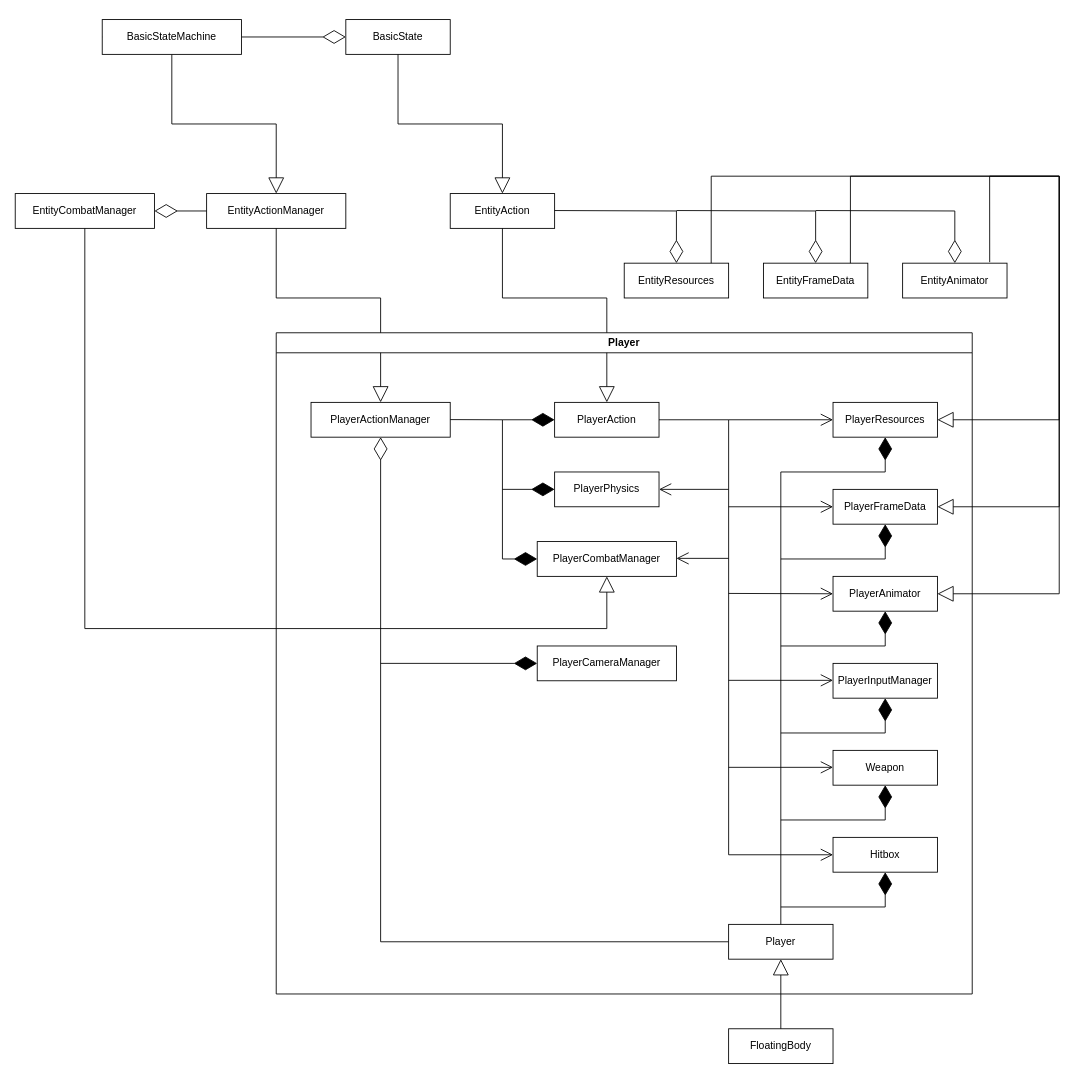
Above: ClassHierarchy.drawio in Divine-Comedy-Studios/Project-Polearm (draw.io), before the change. Source tidied: cells renumbered, new cells numbered last; positions are measured from the earlier drawing's top-left corner, leaving out a move shared by most shapes. Both pictures are drawn from the tidied source at 87%, with x=0, y=0 at pixel (15, 19).
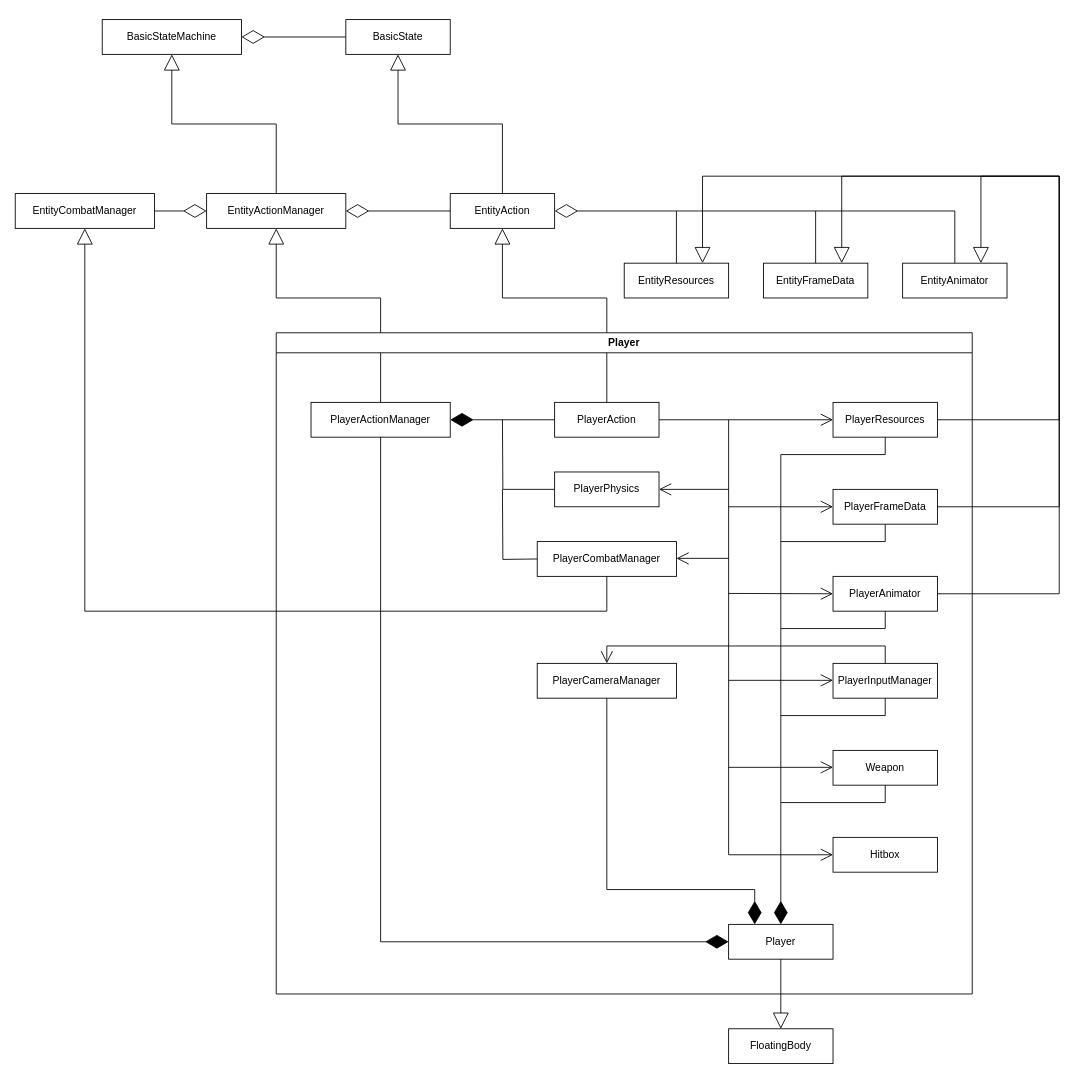
Above is the later version.

Commit message (it also covers changes not shown here):
Fix class hierarchy

The change refers to these unchanged cells:
```xml
<mxCell id="5" value="BasicStateMachine" style="html=1;whiteSpace=wrap;" parent="1" vertex="1">
  <mxGeometry x="100" width="160" height="40" as="geometry" />
</mxCell>
<mxCell id="6" value="BasicState" style="html=1;whiteSpace=wrap;" parent="1" vertex="1">
  <mxGeometry x="380" width="120" height="40" as="geometry" />
</mxCell>
<mxCell id="7" value="EntityActionManager" style="html=1;whiteSpace=wrap;" parent="1" vertex="1">
  <mxGeometry x="220" y="200" width="160" height="40" as="geometry" />
</mxCell>
<mxCell id="9" value="EntityAction" style="html=1;whiteSpace=wrap;" parent="1" vertex="1">
  <mxGeometry x="500" y="200" width="120" height="40" as="geometry" />
</mxCell>
<mxCell id="11" value="PlayerActionManager" style="html=1;whiteSpace=wrap;" parent="1" vertex="1">
  <mxGeometry x="340" y="440" width="160" height="40" as="geometry" />
</mxCell>
<mxCell id="13" value="Player" style="swimlane;whiteSpace=wrap;html=1;" parent="1" vertex="1">
  <mxGeometry x="300" y="360" width="800" height="760" as="geometry" />
</mxCell>
<mxCell id="15" value="PlayerCombatManager" style="html=1;whiteSpace=wrap;" parent="13" vertex="1">
  <mxGeometry x="300" y="240" width="160" height="40" as="geometry" />
</mxCell>
<mxCell id="16" value="PlayerAnimator" style="html=1;whiteSpace=wrap;" parent="13" vertex="1">
  <mxGeometry x="640" y="280" width="120" height="40" as="geometry" />
</mxCell>
<mxCell id="18" value="PlayerFrameData" style="html=1;whiteSpace=wrap;" parent="13" vertex="1">
  <mxGeometry x="640" y="180" width="120" height="40" as="geometry" />
</mxCell>
<mxCell id="19" value="PlayerInputManager" style="html=1;whiteSpace=wrap;" parent="13" vertex="1">
  <mxGeometry x="640" y="380" width="120" height="40" as="geometry" />
</mxCell>
<mxCell id="21" value="PlayerAction" style="html=1;whiteSpace=wrap;" parent="13" vertex="1">
  <mxGeometry x="320" y="80" width="120" height="40" as="geometry" />
</mxCell>
<mxCell id="23" value="PlayerResources" style="html=1;whiteSpace=wrap;" parent="13" vertex="1">
  <mxGeometry x="640" y="80" width="120" height="40" as="geometry" />
</mxCell>
<mxCell id="26" value="PlayerPhysics" style="html=1;whiteSpace=wrap;" parent="13" vertex="1">
  <mxGeometry x="320" y="160" width="120" height="40" as="geometry" />
</mxCell>
<mxCell id="32" value="Weapon" style="html=1;whiteSpace=wrap;" parent="13" vertex="1">
  <mxGeometry x="640" y="480" width="120" height="40" as="geometry" />
</mxCell>
<mxCell id="38" value="EntityCombatManager" style="html=1;whiteSpace=wrap;" parent="1" vertex="1">
  <mxGeometry y="200" width="160" height="40" as="geometry" />
</mxCell>
<mxCell id="39" value="EntityAnimator" style="html=1;whiteSpace=wrap;" parent="1" vertex="1">
  <mxGeometry x="1020" y="280" width="120" height="40" as="geometry" />
</mxCell>
<mxCell id="40" value="EntityFrameData" style="html=1;whiteSpace=wrap;" parent="1" vertex="1">
  <mxGeometry x="860" y="280" width="120" height="40" as="geometry" />
</mxCell>
<mxCell id="41" value="EntityResources" style="html=1;whiteSpace=wrap;" parent="1" vertex="1">
  <mxGeometry x="700" y="280" width="120" height="40" as="geometry" />
</mxCell>
<mxCell id="52" value="FloatingBody" style="html=1;whiteSpace=wrap;" parent="1" vertex="1">
  <mxGeometry x="820" y="1160" width="120" height="40" as="geometry" />
</mxCell>
<mxCell id="53" value="Player" style="html=1;whiteSpace=wrap;" parent="1" vertex="1">
  <mxGeometry x="820" y="1040" width="120" height="40" as="geometry" />
</mxCell>
<mxCell id="55" value="Hitbox" style="html=1;whiteSpace=wrap;" parent="1" vertex="1">
  <mxGeometry x="940" y="940" width="120" height="40" as="geometry" />
</mxCell>
```

Diff of the diagram source:
```diff
@@
-    <mxCell id="2" style="endArrow=block;endSize=16;endFill=0;html=1;rounded=0;entryX=0.5;entryY=0;entryDx=0;entryDy=0;exitX=0.5;exitY=1;exitDx=0;exitDy=0;" parent="1" edge="1" source="5" target="7">
+    <mxCell id="2" style="endArrow=block;endSize=16;endFill=0;html=1;rounded=0;entryX=0.5;entryY=1;entryDx=0;entryDy=0;exitX=0.5;exitY=0;exitDx=0;exitDy=0;" parent="1" edge="1" source="7" target="5">
       <mxGeometry relative="1" as="geometry">
         <Array as="points">
+          <mxPoint x="300" y="120" />
           <mxPoint x="180" y="120" />
-          <mxPoint x="300" y="120" />
         </Array>
       </mxGeometry>
     </mxCell>
-    <mxCell id="3" style="endArrow=diamondThin;endFill=0;endSize=24;html=1;rounded=0;entryX=0;entryY=0.5;entryDx=0;entryDy=0;exitX=1;exitY=0.5;exitDx=0;exitDy=0;" parent="1" edge="1" source="5" target="6">
+    <mxCell id="3" style="endArrow=diamondThin;endFill=0;endSize=24;html=1;rounded=0;entryX=1;entryY=0.5;entryDx=0;entryDy=0;exitX=0;exitY=0.5;exitDx=0;exitDy=0;" parent="1" edge="1" source="6" target="5">
       <mxGeometry relative="1" as="geometry" />
     </mxCell>
@@
-    <mxCell id="8" style="endArrow=block;endSize=16;endFill=0;html=1;rounded=0;entryX=0.5;entryY=0;entryDx=0;entryDy=0;exitX=0.5;exitY=1;exitDx=0;exitDy=0;" parent="1" edge="1" source="6" target="9">
+    <mxCell id="8" style="endArrow=block;endSize=16;endFill=0;html=1;rounded=0;entryX=0.5;entryY=1;entryDx=0;entryDy=0;exitX=0.5;exitY=0;exitDx=0;exitDy=0;" parent="1" edge="1" source="9" target="6">
       <mxGeometry relative="1" as="geometry">
         <Array as="points">
+          <mxPoint x="560" y="120" />
           <mxPoint x="440" y="120" />
-          <mxPoint x="560" y="120" />
         </Array>
       </mxGeometry>
     </mxCell>
@@
-    <mxCell id="10" style="endArrow=block;endSize=16;endFill=0;html=1;rounded=0;exitX=0.5;exitY=1;exitDx=0;exitDy=0;entryX=0.5;entryY=0;entryDx=0;entryDy=0;" parent="1" edge="1" source="7" target="11">
+    <mxCell id="10" style="endArrow=block;endSize=16;endFill=0;html=1;rounded=0;entryX=0.5;entryY=1;entryDx=0;entryDy=0;exitX=0.5;exitY=0;exitDx=0;exitDy=0;" parent="1" edge="1" source="11" target="7">
       <mxGeometry relative="1" as="geometry">
         <Array as="points">
+          <mxPoint x="420" y="320" />
           <mxPoint x="300" y="320" />
-          <mxPoint x="420" y="320" />
         </Array>
       </mxGeometry>
     </mxCell>
@@
-    <mxCell id="12" style="endArrow=block;endSize=16;endFill=0;html=1;rounded=0;exitX=0.5;exitY=1;exitDx=0;exitDy=0;entryX=0.5;entryY=0;entryDx=0;entryDy=0;" parent="1" edge="1" source="9" target="21">
+    <mxCell id="12" style="endArrow=block;endSize=16;endFill=0;html=1;rounded=0;entryX=0.5;entryY=1;entryDx=0;entryDy=0;exitX=0.5;exitY=0;exitDx=0;exitDy=0;" parent="1" edge="1" source="21" target="9">
       <mxGeometry relative="1" as="geometry">
         <Array as="points">
+          <mxPoint x="680" y="320" />
           <mxPoint x="560" y="320" />
-          <mxPoint x="680" y="320" />
         </Array>
       </mxGeometry>
     </mxCell>
@@
-    <mxCell id="14" style="endArrow=diamondThin;endFill=1;endSize=24;html=1;rounded=0;exitX=0.998;exitY=0.071;exitDx=0;exitDy=0;exitPerimeter=0;entryX=0;entryY=0.5;entryDx=0;entryDy=0;" parent="13" edge="1" target="15">
-      <mxGeometry relative="1" as="geometry">
-        <mxPoint x="200" y="99.8" as="sourcePoint" />
-        <Array as="points">
-          <mxPoint x="260" y="100" />
-          <mxPoint x="260" y="260" />
-        </Array>
-      </mxGeometry>
-    </mxCell>
@@
-    <mxCell id="17" style="endArrow=diamondThin;endFill=1;endSize=24;html=1;rounded=0;" parent="13" edge="1">
-      <mxGeometry relative="1" as="geometry">
-        <mxPoint x="580" y="460" as="sourcePoint" />
-        <mxPoint x="700" y="320" as="targetPoint" />
-        <Array as="points">
-          <mxPoint x="580" y="360" />
-          <mxPoint x="700" y="360" />
-        </Array>
-      </mxGeometry>
-    </mxCell>
+    <mxCell id="58" style="edgeStyle=orthogonalEdgeStyle;rounded=0;jettySize=auto;html=1;endArrow=none;endFill=0;" parent="13" edge="1" source="18">
+      <mxGeometry relative="1" as="geometry">
+        <mxPoint x="580" y="240" as="targetPoint" />
+        <Array as="points">
+          <mxPoint x="700" y="240" />
+        </Array>
+      </mxGeometry>
+    </mxCell>
@@
-    <mxCell id="20" style="endArrow=diamondThin;endFill=1;endSize=24;html=1;rounded=0;" parent="13" edge="1">
-      <mxGeometry relative="1" as="geometry">
-        <mxPoint x="260" y="100" as="sourcePoint" />
-        <mxPoint x="320" y="100" as="targetPoint" />
-      </mxGeometry>
-    </mxCell>
@@
-    <mxCell id="22" style="endArrow=diamondThin;endFill=1;endSize=24;html=1;rounded=0;entryX=0.5;entryY=1;entryDx=0;entryDy=0;" parent="13" edge="1" target="18">
-      <mxGeometry relative="1" as="geometry">
-        <mxPoint x="580" y="360" as="sourcePoint" />
-        <Array as="points">
-          <mxPoint x="580" y="260" />
-          <mxPoint x="700" y="260" />
-        </Array>
-      </mxGeometry>
-    </mxCell>
@@
-    <mxCell id="24" style="endArrow=diamondThin;endFill=1;endSize=24;html=1;rounded=0;entryX=0.5;entryY=1;entryDx=0;entryDy=0;" parent="13" edge="1" target="23">
-      <mxGeometry relative="1" as="geometry">
-        <mxPoint x="580" y="260" as="sourcePoint" />
-        <Array as="points">
-          <mxPoint x="580" y="160" />
-          <mxPoint x="700" y="160" />
-        </Array>
-      </mxGeometry>
-    </mxCell>
     <mxCell id="25" value="PlayerCameraManager" style="html=1;whiteSpace=wrap;" parent="13" vertex="1">
-      <mxGeometry x="300" y="360" width="160" height="40" as="geometry" />
+      <mxGeometry x="300" y="380" width="160" height="40" as="geometry" />
     </mxCell>
+    <mxCell id="59" style="edgeStyle=orthogonalEdgeStyle;rounded=0;jettySize=auto;html=1;endArrow=none;endFill=0;" parent="13" edge="1" source="26">
+      <mxGeometry relative="1" as="geometry">
+        <mxPoint x="260" y="100" as="targetPoint" />
+      </mxGeometry>
+    </mxCell>
@@
-    <mxCell id="27" style="endArrow=diamondThin;endFill=1;endSize=24;html=1;rounded=0;entryX=0;entryY=0.5;entryDx=0;entryDy=0;" parent="13" edge="1" target="25">
-      <mxGeometry relative="1" as="geometry">
-        <mxPoint x="120" y="380" as="sourcePoint" />
-      </mxGeometry>
-    </mxCell>
@@
-    <mxCell id="29" style="endArrow=diamondThin;endFill=1;endSize=24;html=1;rounded=0;entryX=0.5;entryY=1;entryDx=0;entryDy=0;" parent="13" edge="1" target="19">
-      <mxGeometry relative="1" as="geometry">
-        <mxPoint x="580" y="560" as="sourcePoint" />
-        <Array as="points">
-          <mxPoint x="580" y="460" />
-          <mxPoint x="700" y="460" />
-        </Array>
-      </mxGeometry>
-    </mxCell>
@@
-    <mxCell id="33" style="endArrow=diamondThin;endFill=1;endSize=24;html=1;rounded=0;entryX=0.5;entryY=1;entryDx=0;entryDy=0;" parent="13" edge="1" target="32">
-      <mxGeometry relative="1" as="geometry">
-        <mxPoint x="580" y="660" as="sourcePoint" />
-        <Array as="points">
-          <mxPoint x="580" y="560" />
-          <mxPoint x="700" y="560" />
-        </Array>
-      </mxGeometry>
-    </mxCell>
@@
+    <mxCell id="60" style="edgeStyle=orthogonalEdgeStyle;rounded=0;orthogonalLoop=1;jettySize=auto;html=1;endArrow=none;endFill=0;" parent="13" edge="1">
+      <mxGeometry relative="1" as="geometry">
+        <mxPoint x="700" y="320" as="sourcePoint" />
+        <mxPoint x="580" y="340" as="targetPoint" />
+        <Array as="points">
+          <mxPoint x="700" y="340" />
+        </Array>
+      </mxGeometry>
+    </mxCell>
+    <mxCell id="61" style="edgeStyle=orthogonalEdgeStyle;rounded=0;orthogonalLoop=1;jettySize=auto;html=1;endArrow=none;endFill=0;" parent="13" edge="1">
+      <mxGeometry relative="1" as="geometry">
+        <mxPoint x="700" y="420" as="sourcePoint" />
+        <mxPoint x="580" y="440" as="targetPoint" />
+        <Array as="points">
+          <mxPoint x="700" y="440" />
+        </Array>
+      </mxGeometry>
+    </mxCell>
+    <mxCell id="62" style="edgeStyle=orthogonalEdgeStyle;rounded=0;orthogonalLoop=1;jettySize=auto;html=1;endArrow=none;endFill=0;" parent="13" edge="1">
+      <mxGeometry relative="1" as="geometry">
+        <mxPoint x="700" y="520" as="sourcePoint" />
+        <mxPoint x="580" y="540" as="targetPoint" />
+        <Array as="points">
+          <mxPoint x="700" y="540" />
+        </Array>
+      </mxGeometry>
+    </mxCell>
+    <mxCell id="63" style="endArrow=open;endFill=1;endSize=12;html=1;rounded=0;exitX=0.5;exitY=0;exitDx=0;exitDy=0;entryX=0.5;entryY=0;entryDx=0;entryDy=0;" parent="13" edge="1" source="19" target="25">
+      <mxGeometry relative="1" as="geometry">
+        <Array as="points">
+          <mxPoint x="700" y="360" />
+          <mxPoint x="380" y="360" />
+        </Array>
+      </mxGeometry>
+    </mxCell>
+    <mxCell id="64" style="edgeStyle=orthogonalEdgeStyle;rounded=0;orthogonalLoop=1;jettySize=auto;html=1;endArrow=none;endFill=0;" parent="13" edge="1">
+      <mxGeometry relative="1" as="geometry">
+        <mxPoint x="300" y="260" as="sourcePoint" />
+        <mxPoint x="260" y="180" as="targetPoint" />
+      </mxGeometry>
+    </mxCell>
-    <mxCell id="36" style="endArrow=diamondThin;endFill=0;endSize=24;html=1;rounded=0;entryX=0.5;entryY=1;entryDx=0;entryDy=0;exitX=0;exitY=0.5;exitDx=0;exitDy=0;" parent="1" edge="1" source="53" target="11">
+    <mxCell id="36" style="endArrow=diamondThin;endFill=1;endSize=24;html=1;rounded=0;exitX=0.5;exitY=1;exitDx=0;exitDy=0;" parent="1" edge="1" source="11">
       <mxGeometry relative="1" as="geometry">
+        <mxPoint x="820" y="1060" as="targetPoint" />
         <Array as="points">
           <mxPoint x="420" y="1060" />
         </Array>
       </mxGeometry>
     </mxCell>
-    <mxCell id="37" style="endArrow=diamondThin;endFill=1;endSize=24;html=1;rounded=0;" parent="1" edge="1">
-      <mxGeometry relative="1" as="geometry">
-        <mxPoint x="560" y="540" as="sourcePoint" />
-        <mxPoint x="620" y="540" as="targetPoint" />
-      </mxGeometry>
-    </mxCell>
@@
-    <mxCell id="44" style="endArrow=diamondThin;endFill=0;endSize=24;html=1;rounded=0;entryX=0.5;entryY=0;entryDx=0;entryDy=0;" parent="1" edge="1" target="41">
+    <mxCell id="44" style="endArrow=diamondThin;endFill=0;endSize=24;html=1;rounded=0;exitX=0.5;exitY=0;exitDx=0;exitDy=0;entryX=1;entryY=0.5;entryDx=0;entryDy=0;" parent="1" edge="1" source="41" target="9">
       <mxGeometry relative="1" as="geometry">
-        <mxPoint x="620" y="219.5" as="sourcePoint" />
         <Array as="points">
           <mxPoint x="760" y="220" />
         </Array>
       </mxGeometry>
     </mxCell>
-    <mxCell id="45" style="endArrow=diamondThin;endFill=0;endSize=24;html=1;rounded=0;entryX=0.5;entryY=0;entryDx=0;entryDy=0;" parent="1" edge="1" target="40">
+    <mxCell id="45" style="endArrow=none;endFill=0;endSize=24;html=1;rounded=0;exitX=0.5;exitY=0;exitDx=0;exitDy=0;" parent="1" edge="1" source="40">
       <mxGeometry relative="1" as="geometry">
-        <mxPoint x="760" y="219.5" as="sourcePoint" />
+        <mxPoint x="760" y="220" as="targetPoint" />
         <Array as="points">
           <mxPoint x="920" y="220" />
         </Array>
       </mxGeometry>
     </mxCell>
-    <mxCell id="46" style="endArrow=diamondThin;endFill=0;endSize=24;html=1;rounded=0;" parent="1" edge="1">
+    <mxCell id="46" style="endArrow=none;endFill=0;endSize=24;html=1;rounded=0;exitX=0.5;exitY=0;exitDx=0;exitDy=0;" parent="1" edge="1" source="39">
       <mxGeometry relative="1" as="geometry">
-        <mxPoint x="920" y="219.5" as="sourcePoint" />
-        <mxPoint x="1080" y="280" as="targetPoint" />
+        <mxPoint x="920" y="220" as="targetPoint" />
         <Array as="points">
           <mxPoint x="1080" y="220" />
         </Array>
       </mxGeometry>
     </mxCell>
-    <mxCell id="47" style="endArrow=block;endSize=16;endFill=0;html=1;rounded=0;exitX=0.833;exitY=0;exitDx=0;exitDy=0;entryX=1;entryY=0.5;entryDx=0;entryDy=0;exitPerimeter=0;" parent="1" edge="1" source="41" target="23">
+    <mxCell id="47" style="endArrow=block;endSize=16;endFill=0;html=1;rounded=0;entryX=0.75;entryY=0;entryDx=0;entryDy=0;exitX=1;exitY=0.5;exitDx=0;exitDy=0;" parent="1" edge="1" source="23" target="41">
       <mxGeometry relative="1" as="geometry">
         <Array as="points">
-          <mxPoint x="800" y="180" />
+          <mxPoint x="1200" y="460" />
           <mxPoint x="1200" y="180" />
-          <mxPoint x="1200" y="460" />
+          <mxPoint x="790" y="180" />
         </Array>
       </mxGeometry>
     </mxCell>
-    <mxCell id="48" style="endArrow=block;endSize=16;endFill=0;html=1;rounded=0;exitX=0.833;exitY=0;exitDx=0;exitDy=0;entryX=1;entryY=0.5;entryDx=0;entryDy=0;exitPerimeter=0;" parent="1" edge="1" source="40" target="18">
+    <mxCell id="48" style="endArrow=block;endSize=16;endFill=0;html=1;rounded=0;entryX=0.75;entryY=0;entryDx=0;entryDy=0;exitX=1;exitY=0.5;exitDx=0;exitDy=0;" parent="1" edge="1" source="18" target="40">
       <mxGeometry relative="1" as="geometry">
         <Array as="points">
-          <mxPoint x="960" y="180" />
+          <mxPoint x="1200" y="560" />
           <mxPoint x="1200" y="180" />
-          <mxPoint x="1200" y="560" />
+          <mxPoint x="950" y="180" />
         </Array>
       </mxGeometry>
     </mxCell>
-    <mxCell id="49" style="endArrow=block;endSize=16;endFill=0;html=1;rounded=0;entryX=1;entryY=0.5;entryDx=0;entryDy=0;exitX=0.834;exitY=-0.03;exitDx=0;exitDy=0;exitPerimeter=0;" parent="1" edge="1" source="39" target="16">
+    <mxCell id="49" style="endArrow=block;endSize=16;endFill=0;html=1;rounded=0;entryX=0.75;entryY=0;entryDx=0;entryDy=0;exitX=1;exitY=0.5;exitDx=0;exitDy=0;" parent="1" edge="1" source="16" target="39">
       <mxGeometry relative="1" as="geometry">
         <Array as="points">
-          <mxPoint x="1120" y="180" />
+          <mxPoint x="1200" y="660" />
           <mxPoint x="1200" y="180" />
-          <mxPoint x="1200" y="660" />
+          <mxPoint x="1110" y="180" />
         </Array>
       </mxGeometry>
     </mxCell>
-    <mxCell id="50" style="endArrow=diamondThin;endFill=0;endSize=24;html=1;rounded=0;entryX=1;entryY=0.5;entryDx=0;entryDy=0;" parent="1" edge="1" target="38">
-      <mxGeometry relative="1" as="geometry">
-        <mxPoint x="220" y="220" as="sourcePoint" />
-      </mxGeometry>
+    <mxCell id="50" style="endArrow=diamondThin;endFill=0;endSize=24;html=1;rounded=0;exitX=1;exitY=0.5;exitDx=0;exitDy=0;entryX=0;entryY=0.5;entryDx=0;entryDy=0;" parent="1" edge="1" source="38" target="7">
+      <mxGeometry relative="1" as="geometry" />
     </mxCell>
-    <mxCell id="51" style="endArrow=block;endSize=16;endFill=0;html=1;rounded=0;exitX=0.5;exitY=1;exitDx=0;exitDy=0;entryX=0.5;entryY=1;entryDx=0;entryDy=0;" parent="1" edge="1" source="38" target="15">
+    <mxCell id="51" style="endArrow=block;endSize=16;endFill=0;html=1;rounded=0;entryX=0.5;entryY=1;entryDx=0;entryDy=0;exitX=0.5;exitY=1;exitDx=0;exitDy=0;" parent="1" edge="1" source="15" target="38">
       <mxGeometry relative="1" as="geometry">
         <Array as="points">
-          <mxPoint x="80" y="700" />
-          <mxPoint x="680" y="700" />
+          <mxPoint x="680" y="680" />
+          <mxPoint x="80" y="680" />
         </Array>
       </mxGeometry>
     </mxCell>
@@
-    <mxCell id="54" style="endArrow=block;endSize=16;endFill=0;html=1;rounded=0;entryX=0.5;entryY=1;entryDx=0;entryDy=0;exitX=0.5;exitY=0;exitDx=0;exitDy=0;" parent="1" edge="1" source="52" target="53">
+    <mxCell id="54" style="endArrow=block;endSize=16;endFill=0;html=1;rounded=0;entryX=0.5;entryY=0;entryDx=0;entryDy=0;exitX=0.5;exitY=1;exitDx=0;exitDy=0;" parent="1" edge="1" source="53" target="52">
       <mxGeometry relative="1" as="geometry" />
     </mxCell>
@@
-    <mxCell id="56" style="endArrow=diamondThin;endFill=1;endSize=24;html=1;rounded=0;entryX=0.5;entryY=1;entryDx=0;entryDy=0;exitX=0.5;exitY=0;exitDx=0;exitDy=0;" parent="1" edge="1" target="55">
+    <mxCell id="56" style="endArrow=diamondThin;endFill=1;endSize=24;html=1;rounded=0;entryX=0.5;entryY=0;entryDx=0;entryDy=0;exitX=0.5;exitY=1;exitDx=0;exitDy=0;" parent="1" edge="1" source="23" target="53">
       <mxGeometry relative="1" as="geometry">
-        <mxPoint x="880" y="1040" as="sourcePoint" />
         <Array as="points">
-          <mxPoint x="880" y="1020" />
-          <mxPoint x="1000" y="1020" />
+          <mxPoint x="1000" y="500" />
+          <mxPoint x="880" y="500" />
         </Array>
       </mxGeometry>
     </mxCell>
@@
+    <mxCell id="20" style="endArrow=diamondThin;endFill=1;endSize=24;html=1;rounded=0;entryX=1;entryY=0.5;entryDx=0;entryDy=0;exitX=0;exitY=0.5;exitDx=0;exitDy=0;" parent="1" edge="1" source="21" target="11">
+      <mxGeometry relative="1" as="geometry" />
+    </mxCell>
+    <mxCell id="65" style="endArrow=diamondThin;endFill=0;endSize=24;html=1;rounded=0;entryX=1;entryY=0.5;entryDx=0;entryDy=0;exitX=0;exitY=0.5;exitDx=0;exitDy=0;" parent="1" edge="1">
+      <mxGeometry relative="1" as="geometry">
+        <mxPoint x="500" y="220" as="sourcePoint" />
+        <mxPoint x="380" y="220" as="targetPoint" />
+      </mxGeometry>
+    </mxCell>
+    <mxCell id="27" style="endArrow=diamondThin;endFill=1;endSize=24;html=1;rounded=0;exitX=0.5;exitY=1;exitDx=0;exitDy=0;entryX=0.25;entryY=0;entryDx=0;entryDy=0;" parent="1" edge="1" source="25" target="53">
+      <mxGeometry relative="1" as="geometry">
+        <Array as="points">
+          <mxPoint x="680" y="1000" />
+          <mxPoint x="850" y="1000" />
+        </Array>
+      </mxGeometry>
+    </mxCell>
```
